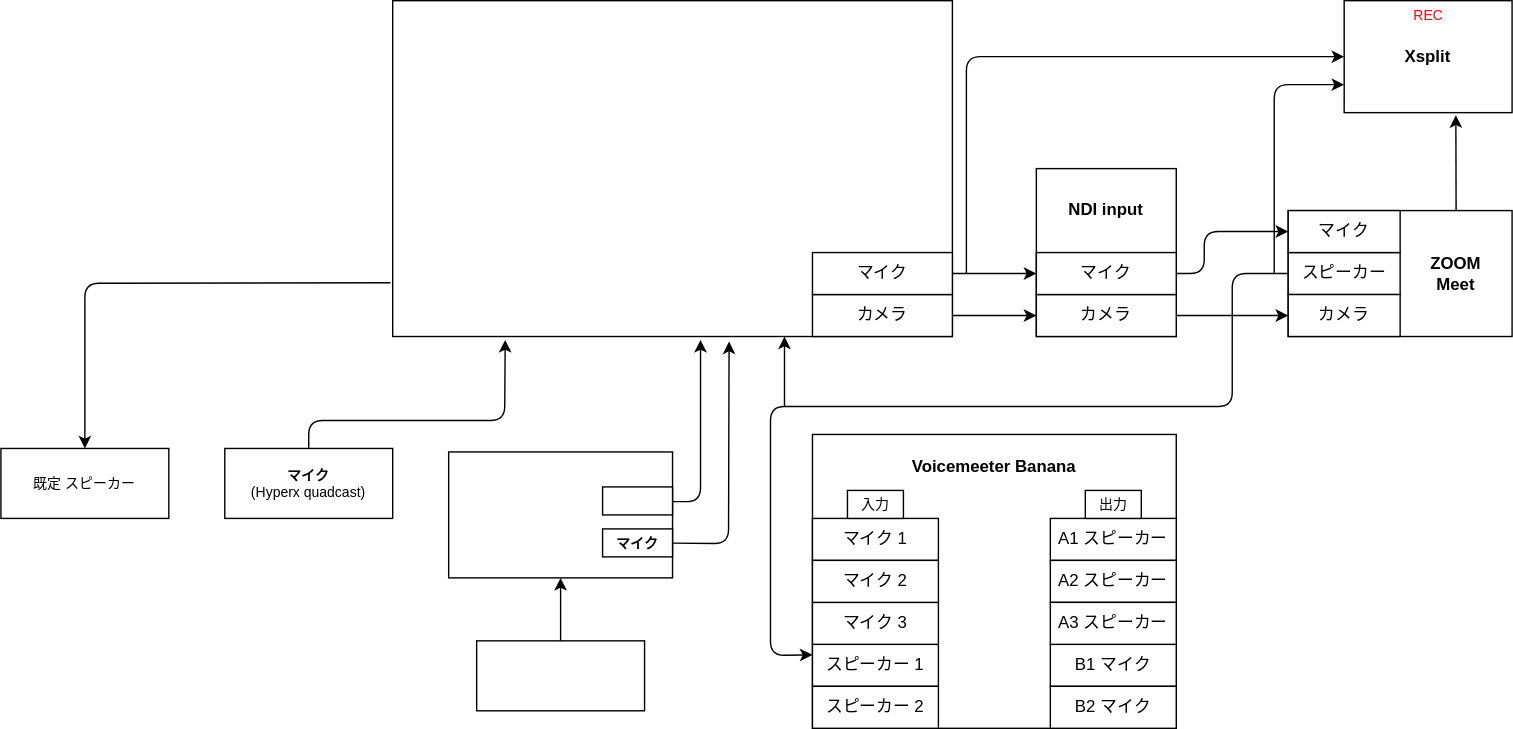
Above: infra/drawio.dio.svg in asma-a1v/main (draw.io), before the change. Source tidied: cells renumbered, new cells last; positions are measured from the earlier drawing's top-left corner, leaving out a move shared by most shapes. Its diagram source:
```xml
<mxGraphModel>
  <root>
    <mxCell id="0" />
    <mxCell id="1" parent="0" />
    <mxCell id="2" style="edgeStyle=none;html=1;fontSize=10;exitX=0.75;exitY=0;exitDx=0;exitDy=0;entryX=0.665;entryY=1.023;entryDx=0;entryDy=0;entryPerimeter=0;" parent="1" edge="1" source="3" target="36">
      <mxGeometry relative="1" as="geometry" />
    </mxCell>
    <mxCell id="3" value="ZOOM&lt;br&gt;Meet" style="rounded=0;whiteSpace=wrap;html=1;align=center;spacingRight=0;spacingLeft=80;fontStyle=1;" parent="1" vertex="1">
      <mxGeometry x="920" y="150" width="160" height="90" as="geometry" />
    </mxCell>
    <mxCell id="4" style="edgeStyle=none;html=1;exitX=0;exitY=0.5;exitDx=0;exitDy=0;entryX=0;entryY=0.25;entryDx=0;entryDy=0;fontSize=10;" parent="1" edge="1" source="6" target="16">
      <mxGeometry relative="1" as="geometry">
        <Array as="points">
          <mxPoint x="880" y="195" />
          <mxPoint x="880" y="290" />
          <mxPoint x="550" y="290" />
          <mxPoint x="550" y="468" />
        </Array>
      </mxGeometry>
    </mxCell>
    <mxCell id="5" style="edgeStyle=none;html=1;fontSize=10;entryX=0;entryY=0.75;entryDx=0;entryDy=0;" parent="1" edge="1" target="36">
      <mxGeometry relative="1" as="geometry">
        <mxPoint x="910" y="195" as="sourcePoint" />
        <Array as="points">
          <mxPoint x="910" y="60" />
        </Array>
      </mxGeometry>
    </mxCell>
    <mxCell id="6" value="スピーカー" style="rounded=0;whiteSpace=wrap;html=1;" parent="1" vertex="1">
      <mxGeometry x="920" y="180" width="80" height="30" as="geometry" />
    </mxCell>
    <mxCell id="7" value="マイク" style="rounded=0;whiteSpace=wrap;html=1;" parent="1" vertex="1">
      <mxGeometry x="920" y="150" width="80" height="30" as="geometry" />
    </mxCell>
    <mxCell id="8" value="カメラ" style="rounded=0;whiteSpace=wrap;html=1;" parent="1" vertex="1">
      <mxGeometry x="920" y="210" width="80" height="30" as="geometry" />
    </mxCell>
    <mxCell id="9" value="NDI input" style="rounded=0;whiteSpace=wrap;html=1;spacingBottom=60;fontStyle=1;" parent="1" vertex="1">
      <mxGeometry x="740" y="120" width="100" height="120" as="geometry" />
    </mxCell>
    <mxCell id="10" style="edgeStyle=none;html=1;exitX=1;exitY=0.5;exitDx=0;exitDy=0;entryX=0;entryY=0.5;entryDx=0;entryDy=0;" parent="1" edge="1" source="11" target="8">
      <mxGeometry relative="1" as="geometry" />
    </mxCell>
    <mxCell id="11" value="カメラ" style="rounded=0;whiteSpace=wrap;html=1;" parent="1" vertex="1">
      <mxGeometry x="740" y="210" width="100" height="30" as="geometry" />
    </mxCell>
    <mxCell id="12" style="edgeStyle=none;html=1;entryX=0;entryY=0.5;entryDx=0;entryDy=0;" parent="1" edge="1" source="13" target="7">
      <mxGeometry relative="1" as="geometry">
        <Array as="points">
          <mxPoint x="860" y="195" />
          <mxPoint x="860" y="165" />
        </Array>
      </mxGeometry>
    </mxCell>
    <mxCell id="13" value="マイク" style="rounded=0;whiteSpace=wrap;html=1;" parent="1" vertex="1">
      <mxGeometry x="740" y="180" width="100" height="30" as="geometry" />
    </mxCell>
    <mxCell id="14" style="rounded=0;whiteSpace=wrap;html=1;fontStyle=1;" parent="1" vertex="1">
      <mxGeometry x="280" width="400" height="240" as="geometry" />
    </mxCell>
    <mxCell id="15" value="Voicemeeter Banana" style="rounded=0;whiteSpace=wrap;html=1;spacingBottom=165;fontStyle=1;" parent="1" vertex="1">
      <mxGeometry x="580" y="310" width="260" height="210" as="geometry" />
    </mxCell>
    <mxCell id="16" value="スピーカー 1" style="rounded=0;whiteSpace=wrap;html=1;" parent="1" vertex="1">
      <mxGeometry x="580" y="460" width="90" height="30" as="geometry" />
    </mxCell>
    <mxCell id="17" value="スピーカー 2" style="rounded=0;whiteSpace=wrap;html=1;" parent="1" vertex="1">
      <mxGeometry x="580" y="490" width="90" height="30" as="geometry" />
    </mxCell>
    <mxCell id="18" value="マイク 1" style="rounded=0;whiteSpace=wrap;html=1;" parent="1" vertex="1">
      <mxGeometry x="580" y="370" width="90" height="30" as="geometry" />
    </mxCell>
    <mxCell id="19" value="マイク 3" style="rounded=0;whiteSpace=wrap;html=1;" parent="1" vertex="1">
      <mxGeometry x="580" y="430" width="90" height="30" as="geometry" />
    </mxCell>
    <mxCell id="20" value="マイク 2" style="rounded=0;whiteSpace=wrap;html=1;" parent="1" vertex="1">
      <mxGeometry x="580" y="400" width="90" height="30" as="geometry" />
    </mxCell>
    <mxCell id="21" value="A1 スピーカー" style="rounded=0;whiteSpace=wrap;html=1;" parent="1" vertex="1">
      <mxGeometry x="750" y="370" width="90" height="30" as="geometry" />
    </mxCell>
    <mxCell id="22" value="B1 マイク" style="rounded=0;whiteSpace=wrap;html=1;" parent="1" vertex="1">
      <mxGeometry x="750" y="460" width="90" height="30" as="geometry" />
    </mxCell>
    <mxCell id="23" value="入力" style="rounded=0;whiteSpace=wrap;html=1;fontSize=10;" parent="1" vertex="1">
      <mxGeometry x="605" y="350" width="40" height="20" as="geometry" />
    </mxCell>
    <mxCell id="24" value="出力" style="rounded=0;whiteSpace=wrap;html=1;fontSize=10;" parent="1" vertex="1">
      <mxGeometry x="775" y="350" width="40" height="20" as="geometry" />
    </mxCell>
    <mxCell id="25" value="A2&amp;nbsp;スピーカー" style="rounded=0;whiteSpace=wrap;html=1;" parent="1" vertex="1">
      <mxGeometry x="750" y="400" width="90" height="30" as="geometry" />
    </mxCell>
    <mxCell id="26" value="A3&amp;nbsp;スピーカー" style="rounded=0;whiteSpace=wrap;html=1;" parent="1" vertex="1">
      <mxGeometry x="750" y="430" width="90" height="30" as="geometry" />
    </mxCell>
    <mxCell id="27" value="B2 マイク" style="rounded=0;whiteSpace=wrap;html=1;" parent="1" vertex="1">
      <mxGeometry x="750" y="490" width="90" height="30" as="geometry" />
    </mxCell>
    <mxCell id="28" style="edgeStyle=none;html=1;entryX=0.201;entryY=1.01;entryDx=0;entryDy=0;entryPerimeter=0;fontSize=10;fontColor=#FFFFFF;" parent="1" edge="1" source="29" target="14">
      <mxGeometry relative="1" as="geometry">
        <Array as="points">
          <mxPoint x="220" y="300" />
          <mxPoint x="360" y="300" />
        </Array>
      </mxGeometry>
    </mxCell>
    <mxCell id="29" value="マイク&lt;br&gt;&lt;span style=&quot;font-weight: normal&quot;&gt;(Hyperx quadcast)&lt;/span&gt;" style="rounded=0;whiteSpace=wrap;html=1;fontSize=10;fontStyle=1;" parent="1" vertex="1">
      <mxGeometry x="160" y="320" width="120" height="50" as="geometry" />
    </mxCell>
    <mxCell id="30" style="edgeStyle=none;html=1;entryX=0;entryY=0.5;entryDx=0;entryDy=0;fontSize=10;" parent="1" edge="1" source="31" target="11">
      <mxGeometry relative="1" as="geometry" />
    </mxCell>
    <mxCell id="31" value="カメラ" style="rounded=0;whiteSpace=wrap;html=1;" parent="1" vertex="1">
      <mxGeometry x="580" y="210" width="100" height="30" as="geometry" />
    </mxCell>
    <mxCell id="32" style="edgeStyle=none;html=1;exitX=1;exitY=0.5;exitDx=0;exitDy=0;entryX=0;entryY=0.5;entryDx=0;entryDy=0;fontSize=10;" parent="1" edge="1" source="34" target="13">
      <mxGeometry relative="1" as="geometry" />
    </mxCell>
    <mxCell id="33" style="edgeStyle=none;html=1;fontSize=10;entryX=0;entryY=0.5;entryDx=0;entryDy=0;" parent="1" edge="1" target="36">
      <mxGeometry relative="1" as="geometry">
        <mxPoint x="690" y="195" as="sourcePoint" />
        <Array as="points">
          <mxPoint x="690" y="40" />
        </Array>
      </mxGeometry>
    </mxCell>
    <mxCell id="34" value="マイク" style="rounded=0;whiteSpace=wrap;html=1;" parent="1" vertex="1">
      <mxGeometry x="580" y="180" width="100" height="30" as="geometry" />
    </mxCell>
    <mxCell id="35" value="既定 スピーカー" style="rounded=0;whiteSpace=wrap;html=1;fontSize=10;" parent="1" vertex="1">
      <mxGeometry y="320" width="120" height="50" as="geometry" />
    </mxCell>
    <mxCell id="36" value="Xsplit" style="rounded=0;whiteSpace=wrap;html=1;fontStyle=1;" parent="1" vertex="1">
      <mxGeometry x="960" width="120" height="80" as="geometry" />
    </mxCell>
    <mxCell id="37" value="REC" style="text;html=1;align=center;verticalAlign=middle;strokeColor=none;fillColor=none;fontSize=10;fontColor=#FF0000;" parent="1" vertex="1">
      <mxGeometry x="1000" width="40" height="20" as="geometry" />
    </mxCell>
    <mxCell id="38" style="edgeStyle=none;html=1;entryX=0.5;entryY=1;entryDx=0;entryDy=0;fontSize=10;fontColor=#FFFFFF;" parent="1" edge="1" source="39" target="40">
      <mxGeometry relative="1" as="geometry" />
    </mxCell>
    <mxCell id="39" value="カメラ&lt;br&gt;(zv-e10)" style="rounded=0;whiteSpace=wrap;html=1;fontSize=10;fontColor=#FFFFFF;" parent="1" vertex="1">
      <mxGeometry x="340" y="457.5" width="120" height="50" as="geometry" />
    </mxCell>
    <mxCell id="40" value="キャプチャーボード&lt;br&gt;(elgato link 4k)" style="rounded=0;whiteSpace=wrap;html=1;fontSize=10;fontColor=#FFFFFF;spacingRight=50;" parent="1" vertex="1">
      <mxGeometry x="320" y="322.5" width="160" height="90" as="geometry" />
    </mxCell>
    <mxCell id="41" style="edgeStyle=none;html=1;fontSize=10;fontColor=#FFFFFF;entryX=0.601;entryY=1.015;entryDx=0;entryDy=0;entryPerimeter=0;" parent="1" edge="1" source="42" target="14">
      <mxGeometry relative="1" as="geometry">
        <Array as="points">
          <mxPoint x="520" y="388" />
        </Array>
      </mxGeometry>
    </mxCell>
    <mxCell id="42" value="マイク" style="rounded=0;whiteSpace=wrap;html=1;fontSize=10;fontStyle=1;" parent="1" vertex="1">
      <mxGeometry x="430" y="377.5" width="50" height="20" as="geometry" />
    </mxCell>
    <mxCell id="43" style="edgeStyle=none;html=1;fontSize=10;fontColor=#FFFFFF;entryX=0.55;entryY=1.01;entryDx=0;entryDy=0;entryPerimeter=0;" parent="1" edge="1" target="14">
      <mxGeometry relative="1" as="geometry">
        <mxPoint x="480" y="358" as="sourcePoint" />
        <Array as="points">
          <mxPoint x="500" y="358" />
        </Array>
      </mxGeometry>
    </mxCell>
    <mxCell id="44" value="映像" style="rounded=0;whiteSpace=wrap;html=1;fontSize=10;fontColor=#FFFFFF;" parent="1" vertex="1">
      <mxGeometry x="430" y="347.5" width="50" height="20" as="geometry" />
    </mxCell>
    <mxCell id="45" value="OBS" style="text;html=1;strokeColor=none;fillColor=none;align=center;verticalAlign=middle;whiteSpace=wrap;rounded=0;fontSize=10;fontColor=#FFFFFF;fontStyle=1;" parent="1" vertex="1">
      <mxGeometry x="450" width="60" height="30" as="geometry" />
    </mxCell>
    <mxCell id="46" style="endArrow=classic;html=1;fontSize=10;fontColor=#FFFFFF;" parent="1" edge="1">
      <mxGeometry relative="1" as="geometry">
        <mxPoint x="560" y="290" as="sourcePoint" />
        <mxPoint x="560" y="240" as="targetPoint" />
      </mxGeometry>
    </mxCell>
    <mxCell id="47" style="endArrow=classic;html=1;fontSize=10;fontColor=#FFFFFF;exitX=-0.004;exitY=0.84;exitDx=0;exitDy=0;exitPerimeter=0;entryX=0.5;entryY=0;entryDx=0;entryDy=0;" parent="1" edge="1" source="14" target="35">
      <mxGeometry relative="1" as="geometry">
        <Array as="points">
          <mxPoint x="60" y="202" />
        </Array>
      </mxGeometry>
    </mxCell>
  </root>
</mxGraphModel>
```
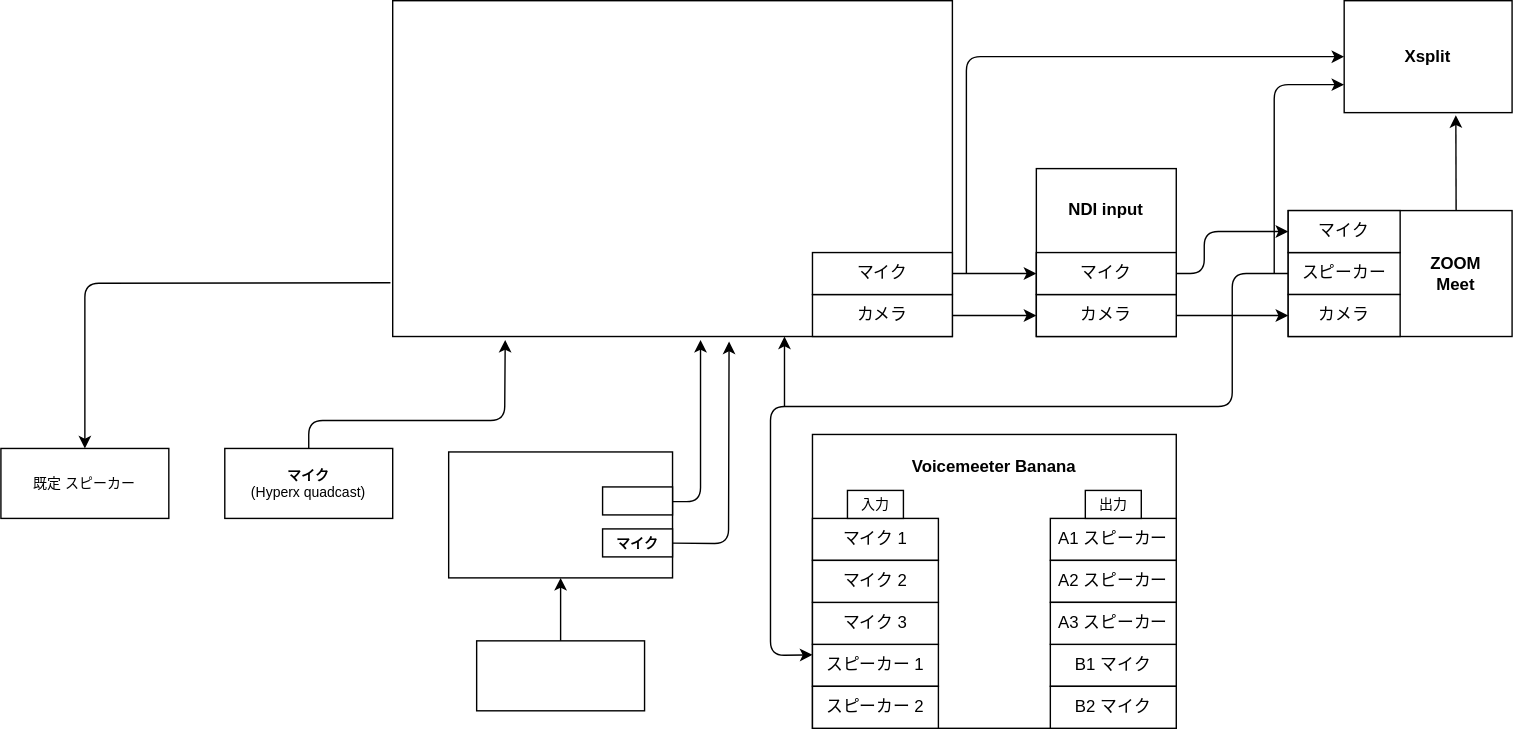
The same file after the commit.

The edit, as a diff of the source:
```diff
@@ -134,9 +134,6 @@
     <mxCell id="36" value="Xsplit" style="rounded=0;whiteSpace=wrap;html=1;fontStyle=1;" parent="1" vertex="1">
       <mxGeometry x="960" width="120" height="80" as="geometry" />
     </mxCell>
-    <mxCell id="37" value="REC" style="text;html=1;align=center;verticalAlign=middle;strokeColor=none;fillColor=none;fontSize=10;fontColor=#FF0000;" parent="1" vertex="1">
-      <mxGeometry x="1000" width="40" height="20" as="geometry" />
-    </mxCell>
     <mxCell id="38" style="edgeStyle=none;html=1;entryX=0.5;entryY=1;entryDx=0;entryDy=0;fontSize=10;fontColor=#FFFFFF;" parent="1" edge="1" source="39" target="40">
       <mxGeometry relative="1" as="geometry" />
     </mxCell>
```
